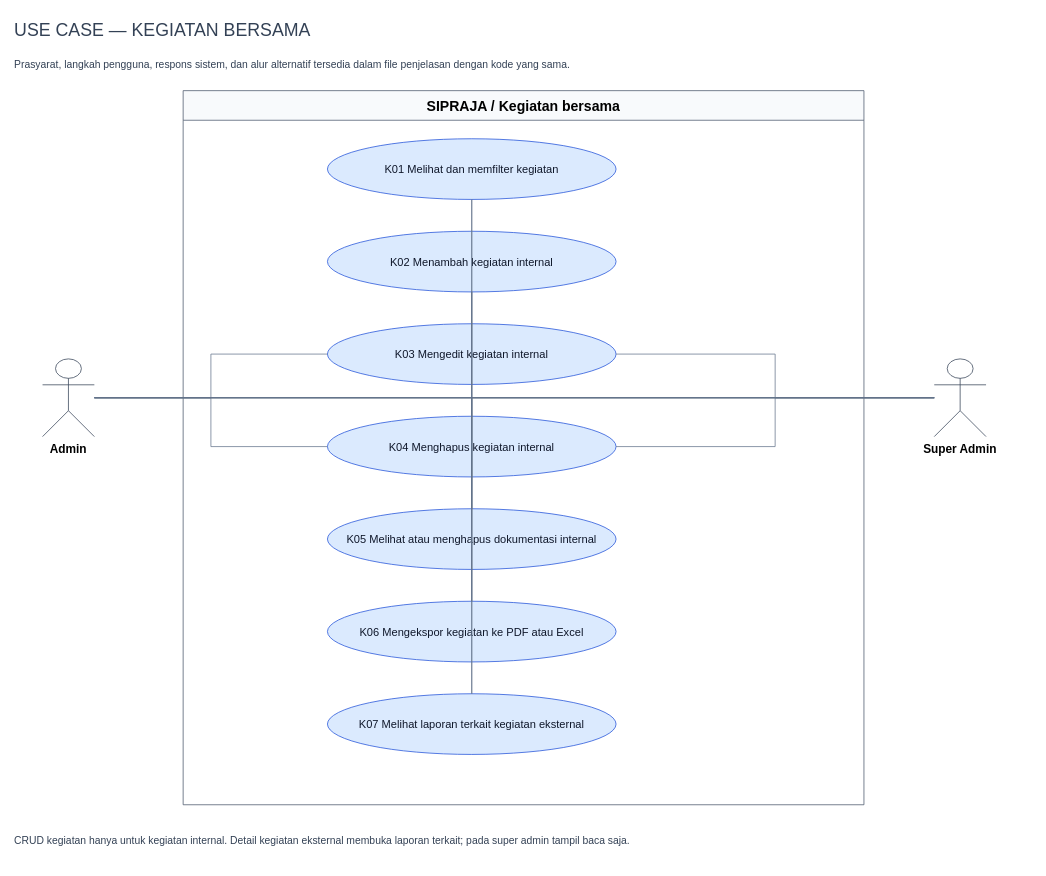
Above: page "05 - Kegiatan bersama" (5 of 8) of docs/SIPRAJA-use-case.drawio in Samuel-smr/Satpolpp (draw.io), before the change. Source tidied: cells renumbered, new cells numbered last; positions are measured from the earlier drawing's top-left corner, leaving out a move shared by most shapes. Both pictures are drawn from the tidied source at 74%, with x=0, y=0 at pixel (13, 13).
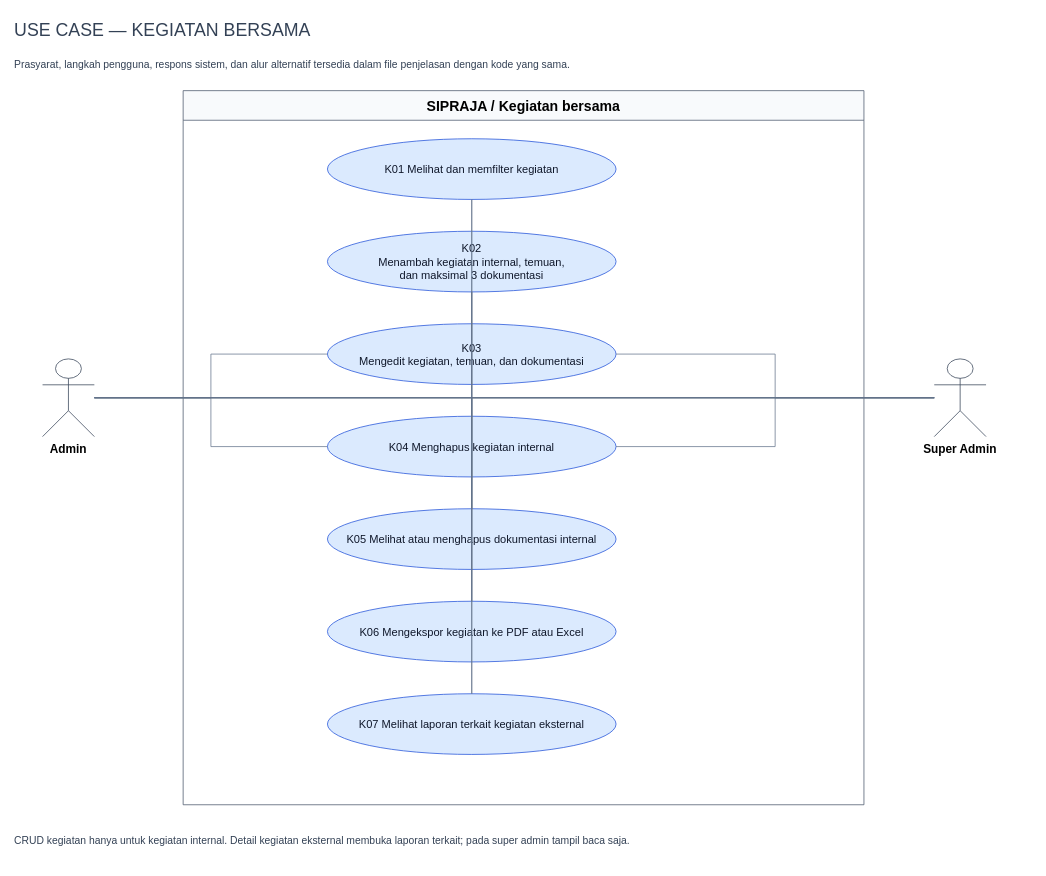
After the change.

Change to the diagram source:
```diff
@@
-    <mxCell id="8" value="K02 Menambah kegiatan internal" style="ellipse;whiteSpace=wrap;html=0;fontSize=15;spacing=10;fillColor=#dbeafe;strokeColor=#1d4ed8;fontColor=#0f172a;" parent="1" vertex="1">
+    <mxCell id="8" value="K02&#10;Menambah kegiatan internal, temuan,&#10;dan maksimal 3 dokumentasi" style="ellipse;whiteSpace=wrap;html=0;fontSize=15;spacing=10;fillColor=#dbeafe;strokeColor=#1d4ed8;fontColor=#0f172a;" parent="1" vertex="1">
       <mxGeometry x="425" y="295" width="390" height="82" as="geometry" />
     </mxCell>
-    <mxCell id="9" value="K03 Mengedit kegiatan internal" style="ellipse;whiteSpace=wrap;html=0;fontSize=15;spacing=10;fillColor=#dbeafe;strokeColor=#1d4ed8;fontColor=#0f172a;" parent="1" vertex="1">
+    <mxCell id="9" value="K03&#10;Mengedit kegiatan, temuan, dan dokumentasi" style="ellipse;whiteSpace=wrap;html=0;fontSize=15;spacing=10;fillColor=#dbeafe;strokeColor=#1d4ed8;fontColor=#0f172a;" parent="1" vertex="1">
       <mxGeometry x="425" y="420" width="390" height="82" as="geometry" />
     </mxCell>
```
